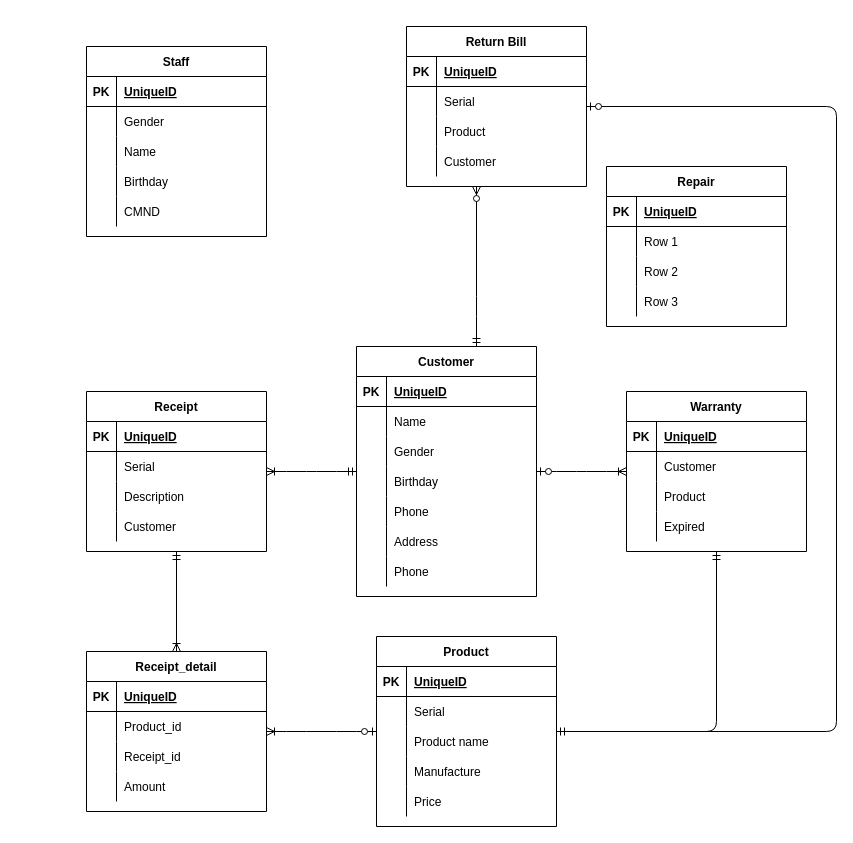
Above: HoachDinhChienLuoc/ER_Diagram.drawio in trandinhlam/master_2nd_semester (draw.io), before the change. Source tidied: cells renumbered, new cells numbered last; positions are measured from the earlier drawing's top-left corner, leaving out a move shared by most shapes. Both pictures are drawn from the tidied source at 100%, with x=0, y=0 at pixel (86, 26).
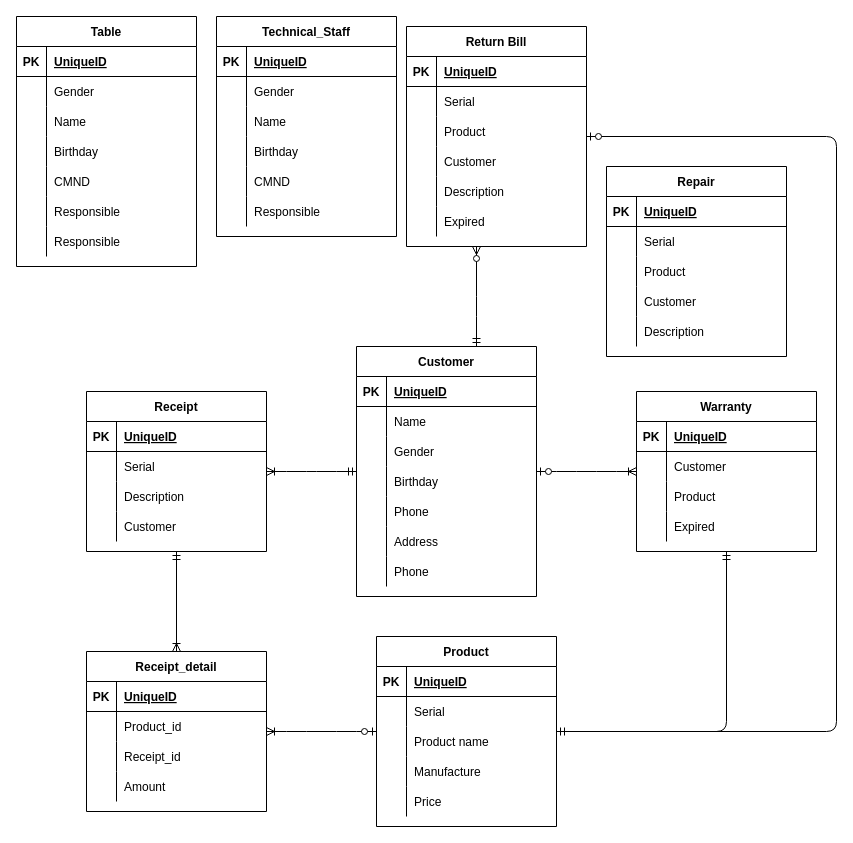
Above is the later version.

The change refers to these unchanged cells:
```xml
<mxCell id="119" style="shape=partialRectangle;fillColor=none;top=0;left=0;bottom=0;right=0;" parent="115" vertex="1">
  <mxGeometry y="60" width="180" height="30" as="geometry" />
</mxCell>
<mxCell id="122" style="shape=partialRectangle;fillColor=none;top=0;left=0;bottom=0;right=0;" parent="115" vertex="1">
  <mxGeometry y="90" width="180" height="30" as="geometry" />
</mxCell>
<mxCell id="125" style="shape=partialRectangle;fillColor=none;top=0;left=0;bottom=0;right=0;" parent="115" vertex="1">
  <mxGeometry y="120" width="180" height="30" as="geometry" />
</mxCell>
```

Diff of the diagram source:
```diff
@@
-    <mxCell id="2" value="Staff" style="shape=table;startSize=30;childLayout=tableLayout;rowLines=0;fontStyle=1;align=center;" parent="1" vertex="1">
-      <mxGeometry y="20" width="180" height="190" as="geometry" />
+    <mxCell id="2" value="Technical_Staff" style="shape=table;startSize=30;childLayout=tableLayout;rowLines=0;fontStyle=1;align=center;" parent="1" vertex="1">
+      <mxGeometry x="130" y="-10" width="180" height="220" as="geometry" />
     </mxCell>
@@
+    <mxCell id="128" style="shape=partialRectangle;fillColor=none;top=0;left=0;bottom=0;right=0;" parent="2" vertex="1">
+      <mxGeometry y="180" width="180" height="30" as="geometry" />
+    </mxCell>
+    <mxCell id="129" style="shape=partialRectangle;fillColor=none;top=0;left=0;bottom=0;right=0;overflow=hidden;" parent="128" vertex="1">
+      <mxGeometry width="30" height="30" as="geometry" />
+    </mxCell>
+    <mxCell id="130" value="Responsible" style="shape=partialRectangle;fillColor=none;top=0;left=0;bottom=0;right=0;align=left;spacingLeft=6;overflow=hidden;" parent="128" vertex="1">
+      <mxGeometry x="30" width="150" height="30" as="geometry" />
+    </mxCell>
@@
     <mxCell id="40" value="Return Bill" style="shape=table;startSize=30;childLayout=tableLayout;rowLines=0;fontStyle=1;align=center;" parent="1" vertex="1">
-      <mxGeometry x="320" width="180" height="160" as="geometry" />
+      <mxGeometry x="320" width="180" height="220" as="geometry" />
     </mxCell>
@@
+    <mxCell id="131" style="shape=partialRectangle;fillColor=none;top=0;left=0;bottom=0;right=0;" parent="40" vertex="1">
+      <mxGeometry y="150" width="180" height="30" as="geometry" />
+    </mxCell>
+    <mxCell id="132" style="shape=partialRectangle;fillColor=none;top=0;left=0;bottom=0;right=0;overflow=hidden;" parent="131" vertex="1">
+      <mxGeometry width="30" height="30" as="geometry" />
+    </mxCell>
+    <mxCell id="133" value="Description" style="shape=partialRectangle;fillColor=none;top=0;left=0;bottom=0;right=0;align=left;spacingLeft=6;overflow=hidden;" parent="131" vertex="1">
+      <mxGeometry x="30" width="150" height="30" as="geometry" />
+    </mxCell>
+    <mxCell id="134" style="shape=partialRectangle;fillColor=none;top=0;left=0;bottom=0;right=0;" parent="40" vertex="1">
+      <mxGeometry y="180" width="180" height="30" as="geometry" />
+    </mxCell>
+    <mxCell id="135" style="shape=partialRectangle;fillColor=none;top=0;left=0;bottom=0;right=0;overflow=hidden;" parent="134" vertex="1">
+      <mxGeometry width="30" height="30" as="geometry" />
+    </mxCell>
+    <mxCell id="136" value="Expired" style="shape=partialRectangle;fillColor=none;top=0;left=0;bottom=0;right=0;align=left;spacingLeft=6;overflow=hidden;" parent="134" vertex="1">
+      <mxGeometry x="30" width="150" height="30" as="geometry" />
+    </mxCell>
@@
     <mxCell id="99" value="Warranty" style="shape=table;startSize=30;childLayout=tableLayout;rowLines=0;fontStyle=1;align=center;" parent="1" vertex="1">
-      <mxGeometry x="540" y="365" width="180" height="160" as="geometry" />
+      <mxGeometry x="550" y="365" width="180" height="160" as="geometry" />
     </mxCell>
@@
     <mxCell id="115" value="Repair" style="shape=table;startSize=30;childLayout=tableLayout;rowLines=0;fontStyle=1;align=center;" parent="1" vertex="1">
-      <mxGeometry x="520" y="140" width="180" height="160" as="geometry" />
+      <mxGeometry x="520" y="140" width="180" height="190" as="geometry" />
     </mxCell>
@@
-    <mxCell id="121" value="Row 1" style="shape=partialRectangle;fillColor=none;top=0;left=0;bottom=0;right=0;align=left;spacingLeft=6;overflow=hidden;" parent="119" vertex="1">
+    <mxCell id="121" value="Serial" style="shape=partialRectangle;fillColor=none;top=0;left=0;bottom=0;right=0;align=left;spacingLeft=6;overflow=hidden;" parent="119" vertex="1">
       <mxGeometry x="30" width="150" height="30" as="geometry" />
     </mxCell>
@@
-    <mxCell id="124" value="Row 2" style="shape=partialRectangle;fillColor=none;top=0;left=0;bottom=0;right=0;align=left;spacingLeft=6;overflow=hidden;" parent="122" vertex="1">
+    <mxCell id="124" value="Product" style="shape=partialRectangle;fillColor=none;top=0;left=0;bottom=0;right=0;align=left;spacingLeft=6;overflow=hidden;" parent="122" vertex="1">
       <mxGeometry x="30" width="150" height="30" as="geometry" />
     </mxCell>
@@
-    <mxCell id="127" value="Row 3" style="shape=partialRectangle;fillColor=none;top=0;left=0;bottom=0;right=0;align=left;spacingLeft=6;overflow=hidden;" parent="125" vertex="1">
+    <mxCell id="127" value="Customer" style="shape=partialRectangle;fillColor=none;top=0;left=0;bottom=0;right=0;align=left;spacingLeft=6;overflow=hidden;" parent="125" vertex="1">
       <mxGeometry x="30" width="150" height="30" as="geometry" />
     </mxCell>
+    <mxCell id="137" style="shape=partialRectangle;fillColor=none;top=0;left=0;bottom=0;right=0;" parent="115" vertex="1">
+      <mxGeometry y="150" width="180" height="30" as="geometry" />
+    </mxCell>
+    <mxCell id="138" style="shape=partialRectangle;fillColor=none;top=0;left=0;bottom=0;right=0;overflow=hidden;" parent="137" vertex="1">
+      <mxGeometry width="30" height="30" as="geometry" />
+    </mxCell>
+    <mxCell id="139" value="Description" style="shape=partialRectangle;fillColor=none;top=0;left=0;bottom=0;right=0;align=left;spacingLeft=6;overflow=hidden;" parent="137" vertex="1">
+      <mxGeometry x="30" width="150" height="30" as="geometry" />
+    </mxCell>
+    <mxCell id="140" value="Table" style="shape=table;startSize=30;childLayout=tableLayout;rowLines=0;fontStyle=1;align=center;" parent="1" vertex="1">
+      <mxGeometry x="-70" y="-10" width="180" height="250" as="geometry" />
+    </mxCell>
+    <mxCell id="141" style="shape=partialRectangle;fillColor=none;top=0;left=0;bottom=1;right=0;" parent="140" vertex="1">
+      <mxGeometry y="30" width="180" height="30" as="geometry" />
+    </mxCell>
+    <mxCell id="142" value="PK" style="shape=partialRectangle;fillColor=none;top=0;left=0;bottom=0;right=0;fontStyle=1;overflow=hidden;" parent="141" vertex="1">
+      <mxGeometry width="30" height="30" as="geometry" />
+    </mxCell>
+    <mxCell id="143" value="UniqueID" style="shape=partialRectangle;fillColor=none;top=0;left=0;bottom=0;right=0;align=left;spacingLeft=6;fontStyle=5;overflow=hidden;" parent="141" vertex="1">
+      <mxGeometry x="30" width="150" height="30" as="geometry" />
+    </mxCell>
+    <mxCell id="144" style="shape=partialRectangle;fillColor=none;top=0;left=0;bottom=0;right=0;" parent="140" vertex="1">
+      <mxGeometry y="60" width="180" height="30" as="geometry" />
+    </mxCell>
+    <mxCell id="145" style="shape=partialRectangle;fillColor=none;top=0;left=0;bottom=0;right=0;overflow=hidden;" parent="144" vertex="1">
+      <mxGeometry width="30" height="30" as="geometry" />
+    </mxCell>
+    <mxCell id="146" value="Gender" style="shape=partialRectangle;fillColor=none;top=0;left=0;bottom=0;right=0;align=left;spacingLeft=6;overflow=hidden;" parent="144" vertex="1">
+      <mxGeometry x="30" width="150" height="30" as="geometry" />
+    </mxCell>
+    <mxCell id="147" style="shape=partialRectangle;fillColor=none;top=0;left=0;bottom=0;right=0;" parent="140" vertex="1">
+      <mxGeometry y="90" width="180" height="30" as="geometry" />
+    </mxCell>
+    <mxCell id="148" style="shape=partialRectangle;fillColor=none;top=0;left=0;bottom=0;right=0;overflow=hidden;" parent="147" vertex="1">
+      <mxGeometry width="30" height="30" as="geometry" />
+    </mxCell>
+    <mxCell id="149" value="Name" style="shape=partialRectangle;fillColor=none;top=0;left=0;bottom=0;right=0;align=left;spacingLeft=6;overflow=hidden;" parent="147" vertex="1">
+      <mxGeometry x="30" width="150" height="30" as="geometry" />
+    </mxCell>
+    <mxCell id="150" style="shape=partialRectangle;fillColor=none;top=0;left=0;bottom=0;right=0;" parent="140" vertex="1">
+      <mxGeometry y="120" width="180" height="30" as="geometry" />
+    </mxCell>
+    <mxCell id="151" style="shape=partialRectangle;fillColor=none;top=0;left=0;bottom=0;right=0;overflow=hidden;" parent="150" vertex="1">
+      <mxGeometry width="30" height="30" as="geometry" />
+    </mxCell>
+    <mxCell id="152" value="Birthday" style="shape=partialRectangle;fillColor=none;top=0;left=0;bottom=0;right=0;align=left;spacingLeft=6;overflow=hidden;" parent="150" vertex="1">
+      <mxGeometry x="30" width="150" height="30" as="geometry" />
+    </mxCell>
+    <mxCell id="153" style="shape=partialRectangle;fillColor=none;top=0;left=0;bottom=0;right=0;" parent="140" vertex="1">
+      <mxGeometry y="150" width="180" height="30" as="geometry" />
+    </mxCell>
+    <mxCell id="154" style="shape=partialRectangle;fillColor=none;top=0;left=0;bottom=0;right=0;overflow=hidden;" parent="153" vertex="1">
+      <mxGeometry width="30" height="30" as="geometry" />
+    </mxCell>
+    <mxCell id="155" value="CMND" style="shape=partialRectangle;fillColor=none;top=0;left=0;bottom=0;right=0;align=left;spacingLeft=6;overflow=hidden;" parent="153" vertex="1">
+      <mxGeometry x="30" width="150" height="30" as="geometry" />
+    </mxCell>
+    <mxCell id="156" style="shape=partialRectangle;fillColor=none;top=0;left=0;bottom=0;right=0;" parent="140" vertex="1">
+      <mxGeometry y="180" width="180" height="30" as="geometry" />
+    </mxCell>
+    <mxCell id="157" style="shape=partialRectangle;fillColor=none;top=0;left=0;bottom=0;right=0;overflow=hidden;" parent="156" vertex="1">
+      <mxGeometry width="30" height="30" as="geometry" />
+    </mxCell>
+    <mxCell id="158" value="Responsible" style="shape=partialRectangle;fillColor=none;top=0;left=0;bottom=0;right=0;align=left;spacingLeft=6;overflow=hidden;" parent="156" vertex="1">
+      <mxGeometry x="30" width="150" height="30" as="geometry" />
+    </mxCell>
+    <mxCell id="159" style="shape=partialRectangle;fillColor=none;top=0;left=0;bottom=0;right=0;" parent="140" vertex="1">
+      <mxGeometry y="210" width="180" height="30" as="geometry" />
+    </mxCell>
+    <mxCell id="160" style="shape=partialRectangle;fillColor=none;top=0;left=0;bottom=0;right=0;overflow=hidden;" parent="159" vertex="1">
+      <mxGeometry width="30" height="30" as="geometry" />
+    </mxCell>
+    <mxCell id="161" value="Responsible" style="shape=partialRectangle;fillColor=none;top=0;left=0;bottom=0;right=0;align=left;spacingLeft=6;overflow=hidden;" parent="159" vertex="1">
+      <mxGeometry x="30" width="150" height="30" as="geometry" />
+    </mxCell>
```
